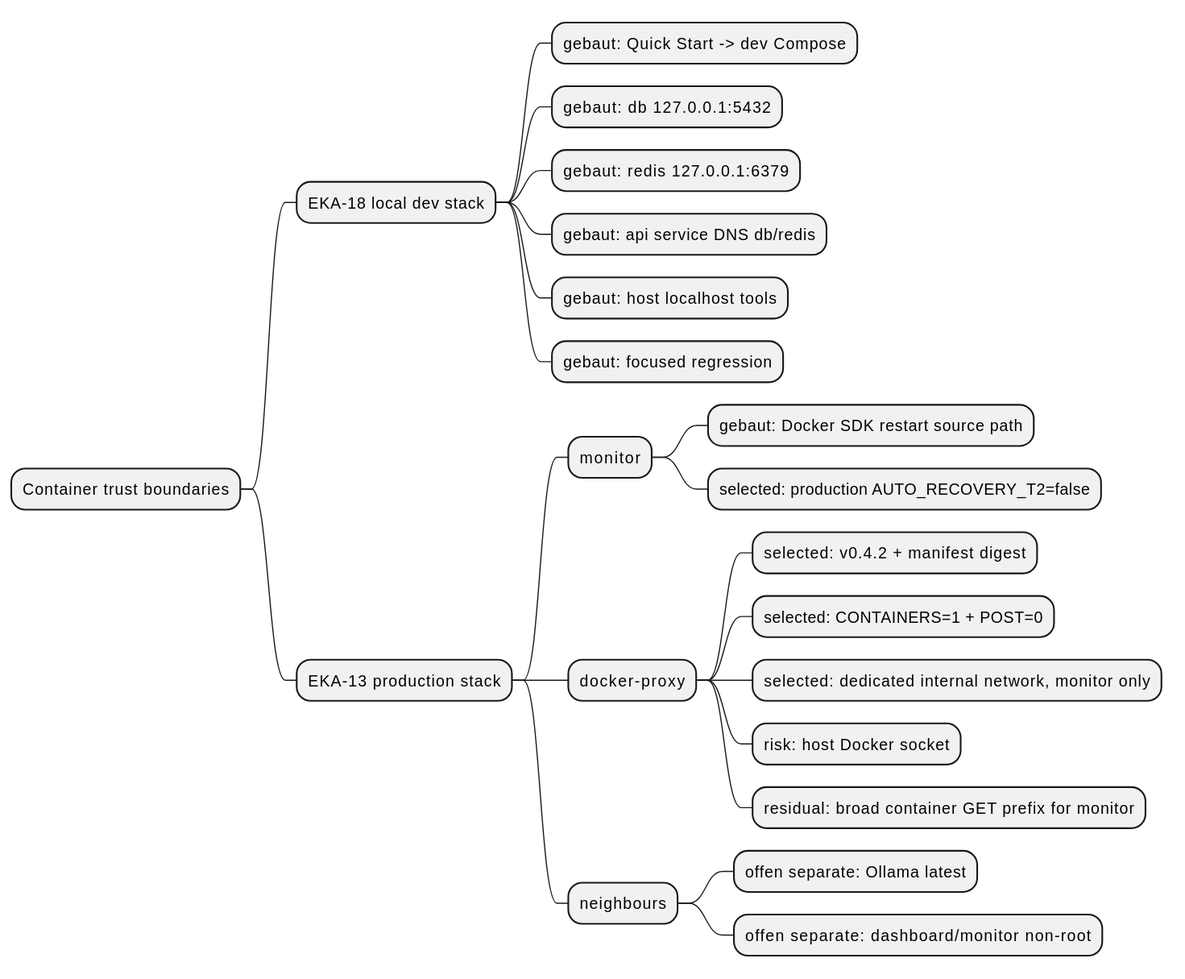
Earlier version of the PlantUML export docs/architecture/map.svg (NeaBouli/pnyx).
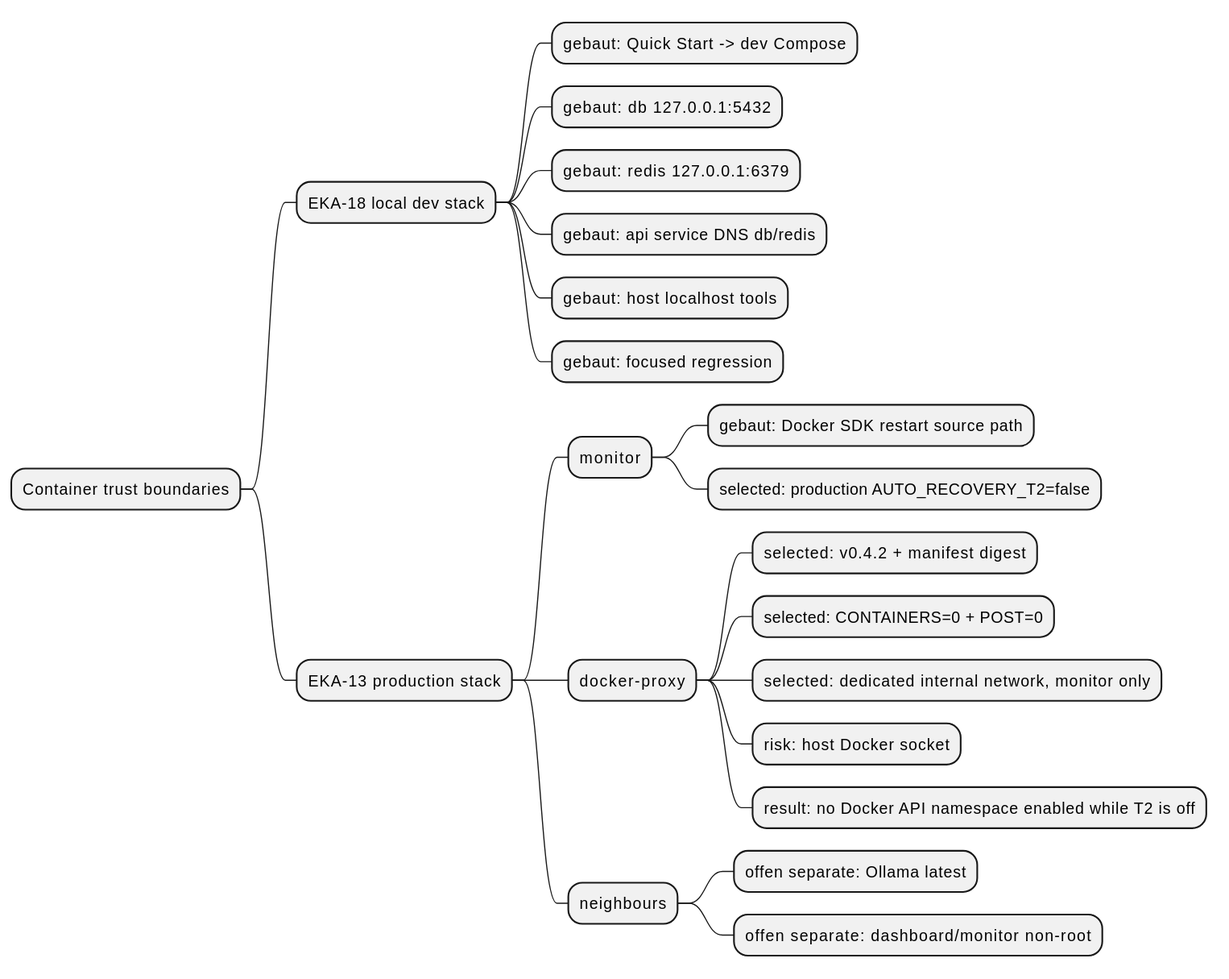
After the change.

Commit message:
fix(infra): remove unused Docker read capability

What changed in the source:
```diff
@@ -1,4 +1,5 @@
 @startmindmap
+!pragma layout smetana
 * Container trust boundaries
 ** EKA-18 local dev stack
 *** gebaut: Quick Start -> dev Compose
@@ -13,10 +14,10 @@
 **** selected: production AUTO_RECOVERY_T2=false
 *** docker-proxy
 **** selected: v0.4.2 + manifest digest
-**** selected: CONTAINERS=1 + POST=0
+**** selected: CONTAINERS=0 + POST=0
 **** selected: dedicated internal network, monitor only
 **** risk: host Docker socket
-**** residual: broad container GET prefix for monitor
+**** result: no Docker API namespace enabled while T2 is off
 *** neighbours
 **** offen separate: Ollama latest
 **** offen separate: dashboard/monitor non-root
```
